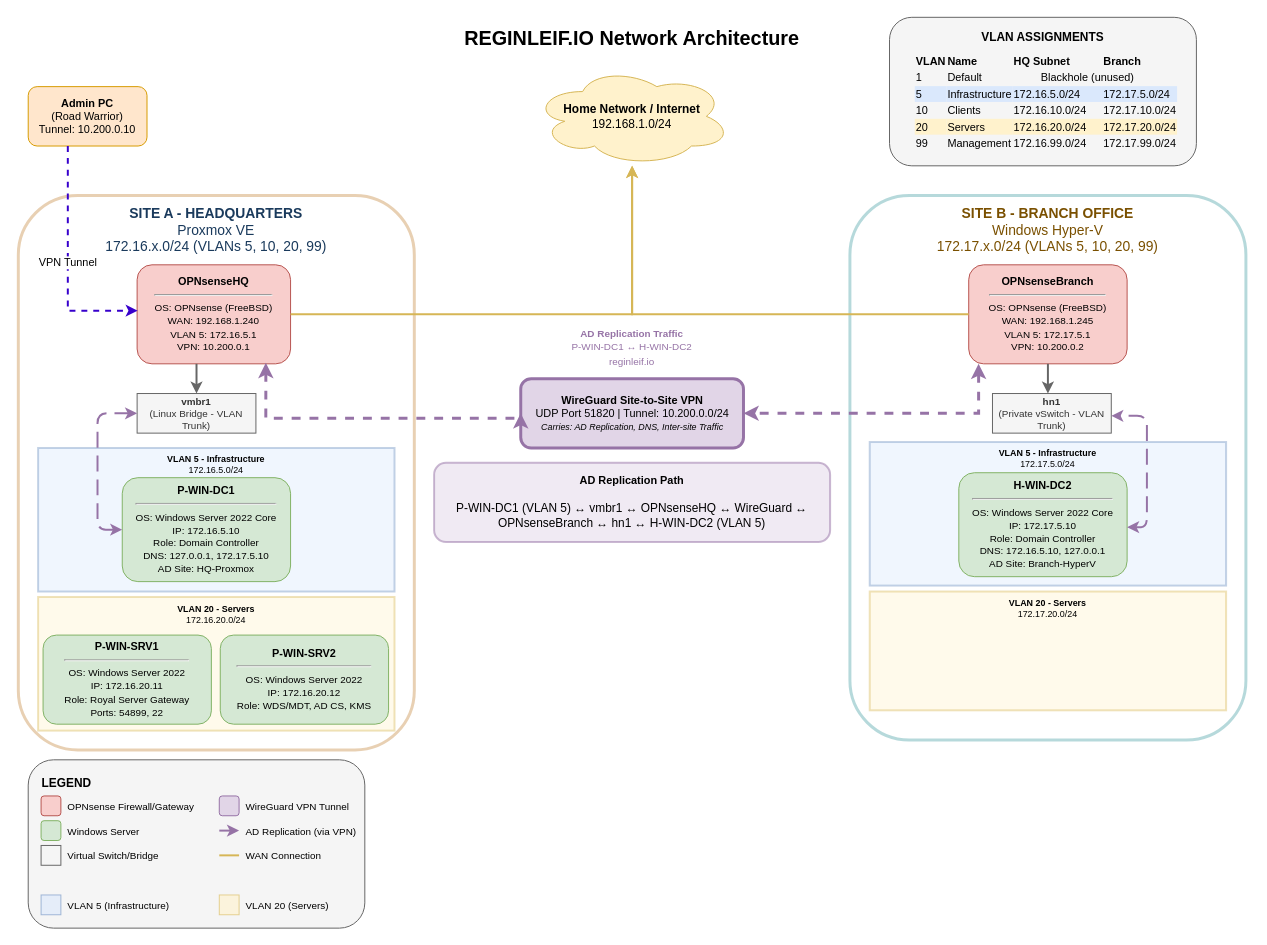
Before: network-diagram.drawio in Reginleif88/reginleif_lab, a draw.io diagram. Source tidied: cells renumbered, new cells numbered last; positions are measured from the earlier drawing's top-left corner, leaving out a move shared by most shapes. Both pictures are drawn from the tidied source at 99%, with x=0, y=0 at pixel (18, 17).
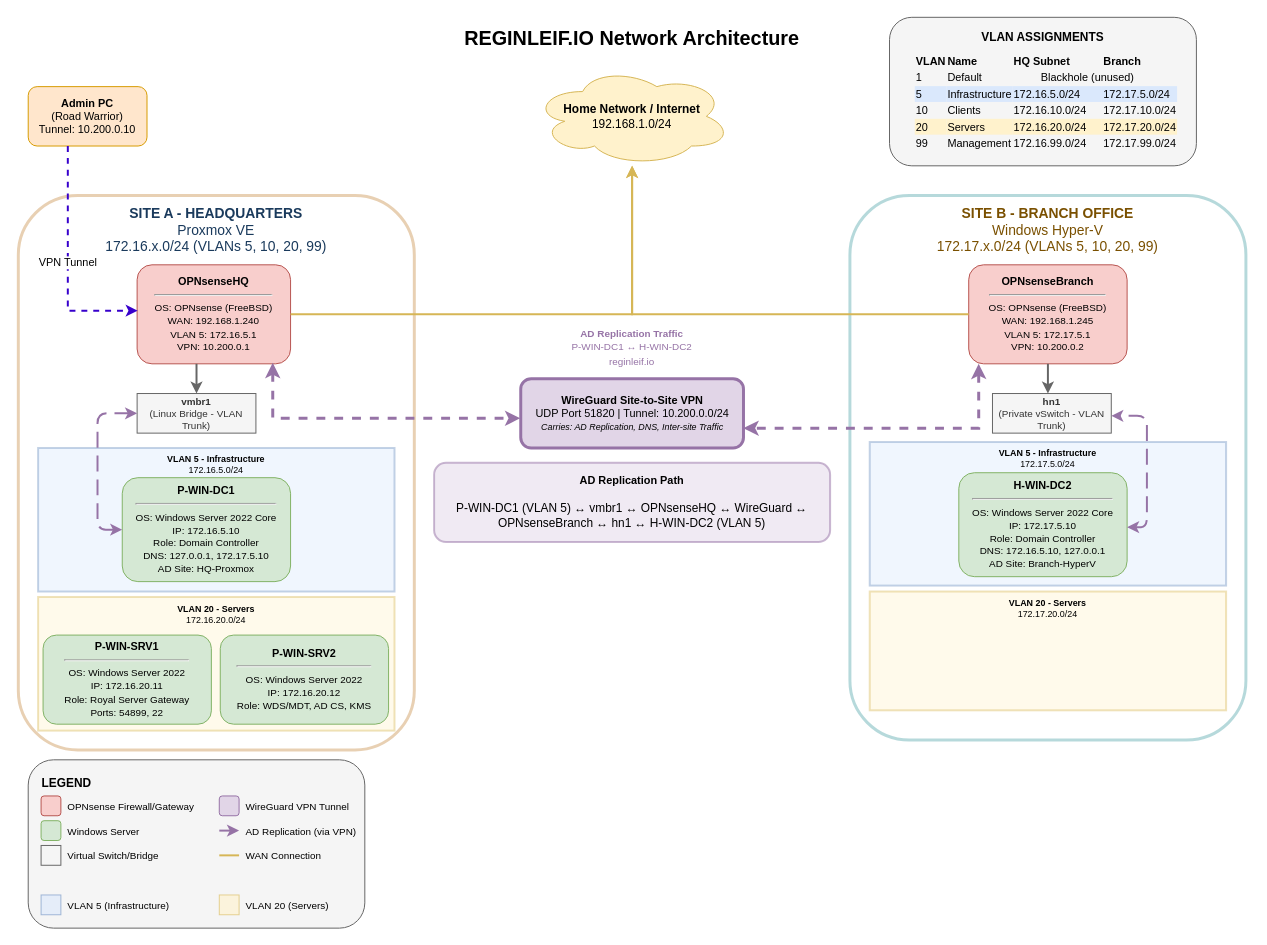
After the change.

The change refers to these unchanged cells:
```xml
<mxCell id="11" value="&lt;b&gt;WireGuard Site-to-Site VPN&lt;/b&gt;&lt;br&gt;UDP Port 51820 | Tunnel: 10.200.0.0/24&lt;br&gt;&lt;font style=&quot;font-size:9px&quot;&gt;&lt;i&gt;Carries: AD Replication, DNS, Inter-site Traffic&lt;/i&gt;&lt;/font&gt;" style="rounded=1;whiteSpace=wrap;html=1;fillColor=#e1d5e7;strokeColor=#9673a6;strokeWidth=3;fontSize=11;" parent="1" vertex="1">
  <mxGeometry x="507.5" y="365" width="225" height="70" as="geometry" />
</mxCell>
<mxCell id="13" value="&lt;b&gt;OPNsenseHQ&lt;/b&gt;&lt;br&gt;&lt;hr&gt;&lt;font style=&quot;font-size:10px&quot;&gt;OS: OPNsense (FreeBSD)&lt;br&gt;WAN: 192.168.1.240&lt;br&gt;VLAN 5: 172.16.5.1&lt;br&gt;VPN: 10.200.0.1&lt;/font&gt;" style="rounded=1;whiteSpace=wrap;html=1;fillColor=#f8cecc;strokeColor=#b85450;fontSize=11;" parent="1" vertex="1">
  <mxGeometry x="120" y="250" width="155" height="100" as="geometry" />
</mxCell>
<mxCell id="19" value="&lt;b&gt;OPNsenseBranch&lt;/b&gt;&lt;br&gt;&lt;hr&gt;&lt;font style=&quot;font-size:10px&quot;&gt;OS: OPNsense (FreeBSD)&lt;br&gt;WAN: 192.168.1.245&lt;br&gt;VLAN 5: 172.17.5.1&lt;br&gt;VPN: 10.200.0.2&lt;/font&gt;" style="rounded=1;whiteSpace=wrap;html=1;fillColor=#f8cecc;strokeColor=#b85450;fontSize=11;" parent="1" vertex="1">
  <mxGeometry x="960" y="250" width="160" height="100" as="geometry" />
</mxCell>
```

What changed in the source:
```diff
@@
-    <mxCell id="25" style="edgeStyle=orthogonalEdgeStyle;rounded=0;jettySize=auto;html=1;strokeWidth=3;strokeColor=#9673a6;entryX=0;entryY=0.5;entryDx=0;entryDy=0;dashed=1;startArrow=classic;startFill=1;exitX=0.839;exitY=0.99;exitDx=0;exitDy=0;exitPerimeter=0;" parent="1" edge="1" source="13" target="11">
+    <mxCell id="25" style="edgeStyle=orthogonalEdgeStyle;rounded=0;orthogonalLoop=1;jettySize=auto;html=1;strokeWidth=3;strokeColor=#9673a6;dashed=1;startArrow=classic;startFill=1;exitX=0.839;exitY=0.99;exitDx=0;exitDy=0;exitPerimeter=0;" parent="1" edge="1">
       <mxGeometry relative="1" as="geometry">
+        <mxPoint x="257" y="349" as="sourcePoint" />
+        <mxPoint x="507" y="405" as="targetPoint" />
         <Array as="points">
-          <mxPoint x="250" y="405" />
+          <mxPoint x="257" y="405" />
+          <mxPoint x="437" y="405" />
         </Array>
       </mxGeometry>
     </mxCell>
-    <mxCell id="26" style="edgeStyle=orthogonalEdgeStyle;rounded=0;jettySize=auto;html=1;strokeWidth=3;strokeColor=#9673a6;dashed=1;startArrow=classic;startFill=1;entryX=1;entryY=0.5;entryDx=0;entryDy=0;" parent="1" edge="1" target="11">
+    <mxCell id="26" style="edgeStyle=orthogonalEdgeStyle;rounded=0;jettySize=auto;html=1;strokeWidth=3;strokeColor=#9673a6;dashed=1;startArrow=classic;startFill=1;entryX=1;entryY=0.5;entryDx=0;entryDy=0;exitX=0.063;exitY=1;exitDx=0;exitDy=0;exitPerimeter=0;" parent="1" edge="1" source="19">
       <mxGeometry relative="1" as="geometry">
-        <mxPoint x="970" y="350" as="sourcePoint" />
+        <mxPoint x="732.5" y="415" as="targetPoint" />
         <Array as="points">
-          <mxPoint x="970" y="350" />
-          <mxPoint x="970" y="405" />
+          <mxPoint x="970" y="415" />
         </Array>
       </mxGeometry>
     </mxCell>
```
